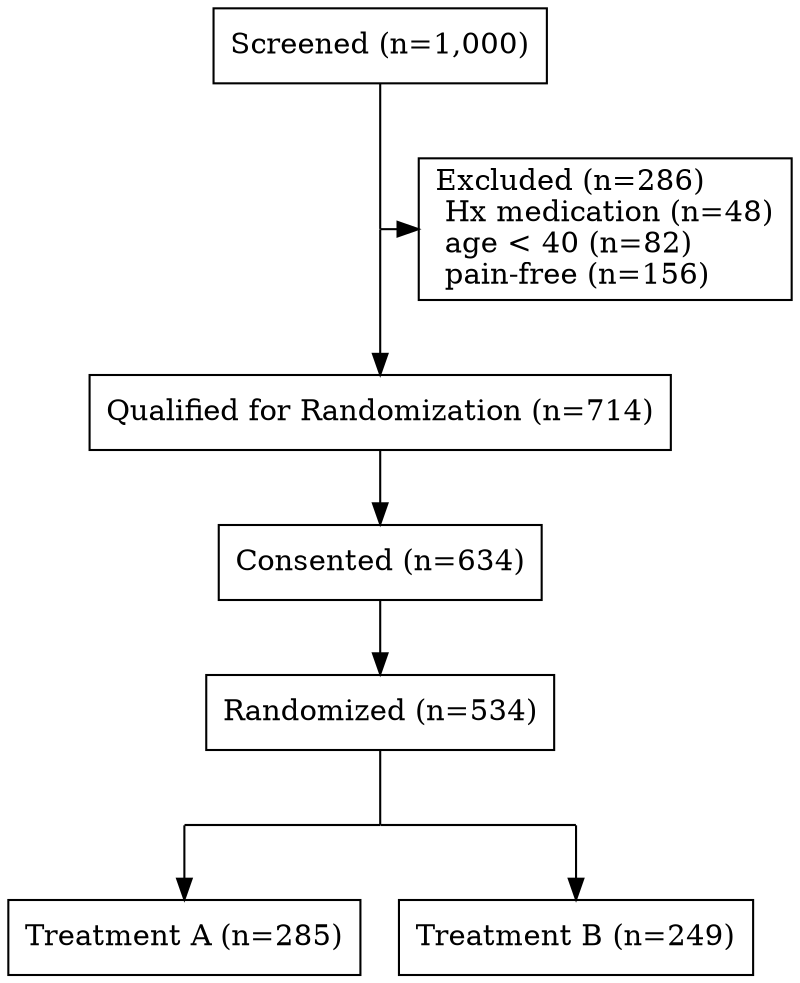
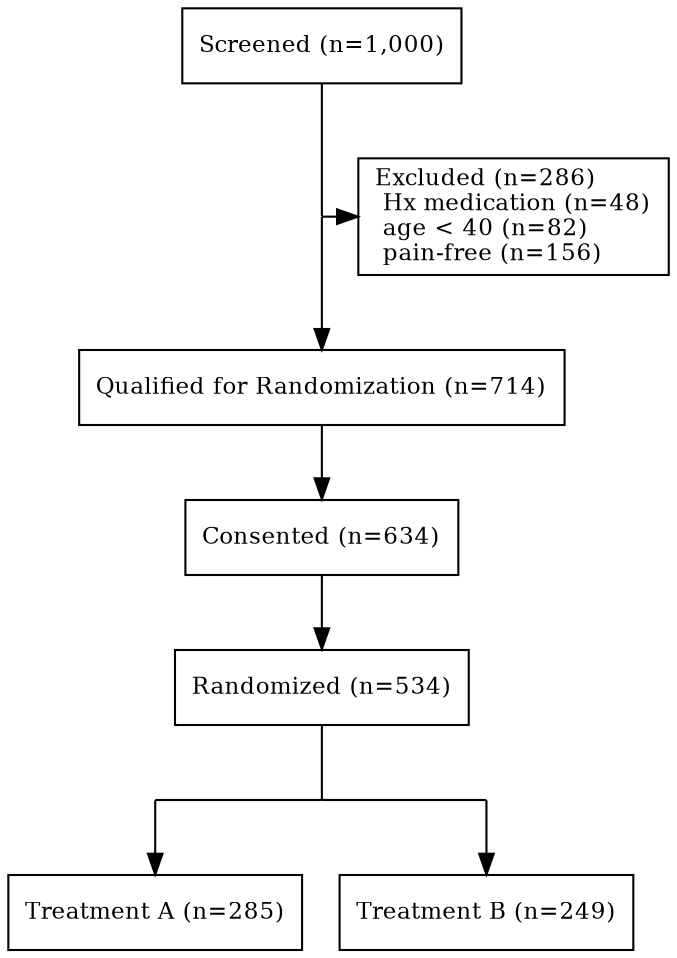
digraph consort_diagram {
  graph [layout = dot, splines=ortho]
+ 
+ node [shape = rectangle]





# node definitions with substituted label text
-   node [shape = rectangle, fillcolor = Biege, style="", fillcolor = "", color = ""]

- node1 [label = "Screened (n=1,000)" group=A1]
- node2 [label = "Excluded (n=286)\l Hx medication (n=48)\l age < 40 (n=82)\l pain-free (n=156)\l"]
- node3 [label = "Qualified for Randomization (n=714)" group=A1]
- node4 [label = "Consented (n=634)" group=A1]
- node5 [label = "Randomized (n=534)" group=A1]
- node6 [label = "Treatment A (n=285)" group=B1]
- node7 [label = "Treatment B (n=249)" group=B2]
+ node1 [label = "Screened (n=1,000)" group=A1 fillcolor="white" style="filled" fontcolor="black" fontsize=11.2]
+ node2 [label = "Excluded (n=286)\l Hx medication (n=48)\l age < 40 (n=82)\l pain-free (n=156)\l" fillcolor="white" style="filled" fontcolor="black" fontsize=11.2]
+ node3 [label = "Qualified for Randomization (n=714)" group=A1 fillcolor="white" style="filled" fontcolor="black" fontsize=11.2]
+ node4 [label = "Consented (n=634)" group=A1 fillcolor="white" style="filled" fontcolor="black" fontsize=11.2]
+ node5 [label = "Randomized (n=534)" group=A1 fillcolor="white" style="filled" fontcolor="black" fontsize=11.2]
+ node6 [label = "Treatment A (n=285)" group=B1 fillcolor="white" style="filled" fontcolor="black" fontsize=11.2]
+ node7 [label = "Treatment B (n=249)" group=B2 fillcolor="white" style="filled" fontcolor="black" fontsize=11.2]


## Invisible point node for joints

node [shape = point, width = 0, style=invis]

P1 [group=A1]
P2 [group=B1]
P3 [group=A1]
P4 [group=B2]

subgraph {
  rank = same; rankdir = LR; node1;
  }
subgraph {
  rank = same; rankdir = LR; P1; node2;
  }
subgraph {
  rank = same; rankdir = LR; node3;
  }
subgraph {
  rank = same; rankdir = LR; node4;
  }
subgraph {
  rank = same; rankdir = LR; node5;
  }
subgraph {
  rank = same; rankdir = LR; P2; P3; P4;
  }
subgraph {
  rank = same; rankdir = LR; node6; node7;
  }

- edge[style=""];
+ edge[color="black" penwidth=1 style="" arrowhead="normal" arrowsize=1.00];

node1 -> P1 [arrowhead = none];
P1 -> node2;
P1 -> node3;
node3 -> node4;
node4 -> node5;
node5 -> P3 [arrowhead = none];
P2 -> node6;
P4 -> node7;
P2 -> P3 -> P4 [arrowhead = none];


}
